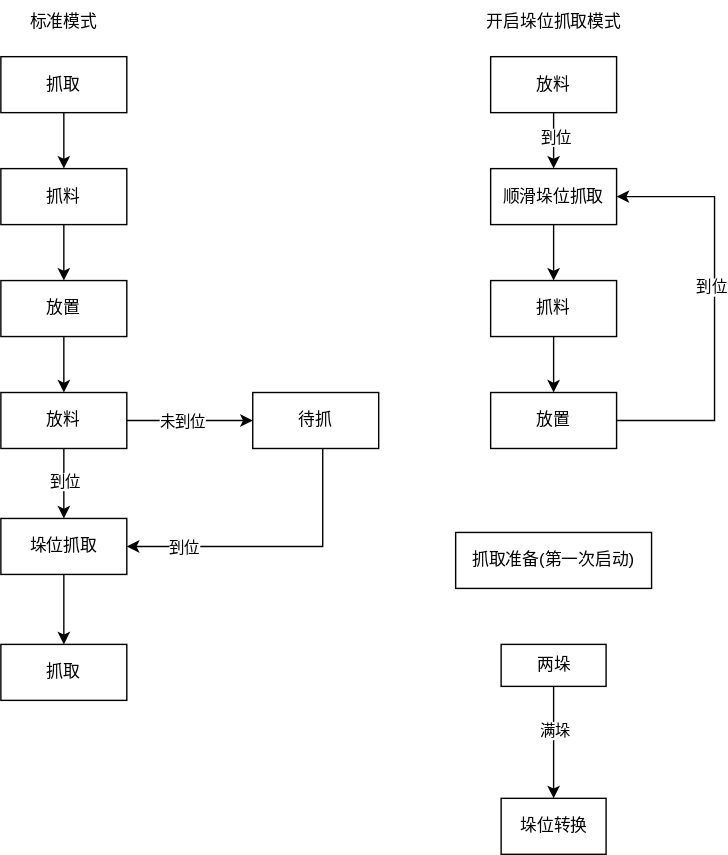
Before: drawio/易码流程图.svg, a diagram exported from draw.io (Stolorzs/Picgo). Source tidied: cells renumbered, new cells last; positions are measured from the earlier drawing's top-left corner, leaving out a move shared by most shapes. Source of this version:
```xml
<mxGraphModel>
  <root>
    <mxCell id="0" />
    <mxCell id="1" parent="0" />
    <mxCell id="2" style="edgeStyle=orthogonalEdgeStyle;rounded=0;jettySize=auto;html=1;" parent="1" edge="1" source="3" target="8">
      <mxGeometry relative="1" as="geometry" />
    </mxCell>
    <mxCell id="3" value="抓取" style="rounded=0;whiteSpace=wrap;html=1;" parent="1" vertex="1">
      <mxGeometry y="40" width="90" height="40" as="geometry" />
    </mxCell>
    <mxCell id="4" style="edgeStyle=orthogonalEdgeStyle;rounded=0;jettySize=auto;html=1;" parent="1" edge="1" source="5" target="13">
      <mxGeometry relative="1" as="geometry" />
    </mxCell>
    <mxCell id="5" value="放置" style="rounded=0;whiteSpace=wrap;html=1;" parent="1" vertex="1">
      <mxGeometry y="200" width="90" height="40" as="geometry" />
    </mxCell>
    <mxCell id="6" value="标准模式" style="text;html=1;align=center;verticalAlign=middle;whiteSpace=wrap;rounded=0;" parent="1" vertex="1">
      <mxGeometry x="15" width="60" height="30" as="geometry" />
    </mxCell>
    <mxCell id="7" style="edgeStyle=orthogonalEdgeStyle;rounded=0;jettySize=auto;html=1;entryX=0.5;entryY=0;entryDx=0;entryDy=0;" parent="1" edge="1" source="8" target="5">
      <mxGeometry relative="1" as="geometry" />
    </mxCell>
    <mxCell id="8" value="抓料" style="rounded=0;whiteSpace=wrap;html=1;" parent="1" vertex="1">
      <mxGeometry y="120" width="90" height="40" as="geometry" />
    </mxCell>
    <mxCell id="9" style="edgeStyle=orthogonalEdgeStyle;rounded=0;jettySize=auto;html=1;entryX=0.5;entryY=0;entryDx=0;entryDy=0;" parent="1" edge="1" source="13" target="15">
      <mxGeometry relative="1" as="geometry" />
    </mxCell>
    <mxCell id="10" value="到位" style="edgeLabel;html=1;align=center;verticalAlign=middle;" parent="9" vertex="1">
      <mxGeometry x="-0.09" y="-9" relative="1" as="geometry">
        <mxPoint x="9" as="offset" />
      </mxGeometry>
    </mxCell>
    <mxCell id="11" style="edgeStyle=orthogonalEdgeStyle;rounded=0;jettySize=auto;html=1;" parent="1" edge="1" source="13" target="18">
      <mxGeometry relative="1" as="geometry" />
    </mxCell>
    <mxCell id="12" value="未到位" style="edgeLabel;html=1;align=center;verticalAlign=middle;" parent="11" vertex="1">
      <mxGeometry x="0.28" y="-5" relative="1" as="geometry">
        <mxPoint x="-18" y="-5" as="offset" />
      </mxGeometry>
    </mxCell>
    <mxCell id="13" value="放料" style="rounded=0;whiteSpace=wrap;html=1;" parent="1" vertex="1">
      <mxGeometry y="280" width="90" height="40" as="geometry" />
    </mxCell>
    <mxCell id="14" style="edgeStyle=orthogonalEdgeStyle;rounded=0;jettySize=auto;html=1;entryX=0.5;entryY=0;entryDx=0;entryDy=0;" parent="1" edge="1" source="15" target="19">
      <mxGeometry relative="1" as="geometry" />
    </mxCell>
    <mxCell id="15" value="垛位抓取" style="rounded=0;whiteSpace=wrap;html=1;" parent="1" vertex="1">
      <mxGeometry y="370" width="90" height="40" as="geometry" />
    </mxCell>
    <mxCell id="16" style="edgeStyle=orthogonalEdgeStyle;rounded=0;jettySize=auto;html=1;entryX=1;entryY=0.5;entryDx=0;entryDy=0;" parent="1" edge="1" source="18" target="15">
      <mxGeometry relative="1" as="geometry">
        <Array as="points">
          <mxPoint x="230" y="390" />
        </Array>
      </mxGeometry>
    </mxCell>
    <mxCell id="17" value="到位" style="edgeLabel;html=1;align=center;verticalAlign=middle;" parent="16" vertex="1">
      <mxGeometry x="0.02" y="4" relative="1" as="geometry">
        <mxPoint x="-63" y="-4" as="offset" />
      </mxGeometry>
    </mxCell>
    <mxCell id="18" value="待抓" style="rounded=0;whiteSpace=wrap;html=1;" parent="1" vertex="1">
      <mxGeometry x="180" y="280" width="90" height="40" as="geometry" />
    </mxCell>
    <mxCell id="19" value="抓取" style="rounded=0;whiteSpace=wrap;html=1;" parent="1" vertex="1">
      <mxGeometry y="460" width="90" height="40" as="geometry" />
    </mxCell>
    <mxCell id="20" style="edgeStyle=orthogonalEdgeStyle;rounded=0;jettySize=auto;html=1;" parent="1" edge="1" source="22" target="24">
      <mxGeometry relative="1" as="geometry" />
    </mxCell>
    <mxCell id="21" value="到位" style="edgeLabel;html=1;align=center;verticalAlign=middle;" parent="20" vertex="1">
      <mxGeometry x="-0.11" y="1" relative="1" as="geometry" />
    </mxCell>
    <mxCell id="22" value="放料" style="rounded=0;whiteSpace=wrap;html=1;" parent="1" vertex="1">
      <mxGeometry x="350" y="40" width="90" height="40" as="geometry" />
    </mxCell>
    <mxCell id="23" style="edgeStyle=orthogonalEdgeStyle;rounded=0;jettySize=auto;html=1;" parent="1" edge="1" source="24" target="26">
      <mxGeometry relative="1" as="geometry" />
    </mxCell>
    <mxCell id="24" value="顺滑垛位抓取" style="rounded=0;whiteSpace=wrap;html=1;" parent="1" vertex="1">
      <mxGeometry x="350" y="120" width="90" height="40" as="geometry" />
    </mxCell>
    <mxCell id="25" style="edgeStyle=orthogonalEdgeStyle;rounded=0;jettySize=auto;html=1;" parent="1" edge="1" source="26" target="29">
      <mxGeometry relative="1" as="geometry" />
    </mxCell>
    <mxCell id="26" value="抓料" style="rounded=0;whiteSpace=wrap;html=1;" parent="1" vertex="1">
      <mxGeometry x="350" y="200" width="90" height="40" as="geometry" />
    </mxCell>
    <mxCell id="27" style="edgeStyle=orthogonalEdgeStyle;rounded=0;jettySize=auto;html=1;entryX=1;entryY=0.5;entryDx=0;entryDy=0;" parent="1" edge="1" source="29" target="24">
      <mxGeometry relative="1" as="geometry">
        <Array as="points">
          <mxPoint x="510" y="300" />
          <mxPoint x="510" y="140" />
        </Array>
      </mxGeometry>
    </mxCell>
    <mxCell id="28" value="到位" style="edgeLabel;html=1;align=center;verticalAlign=middle;" parent="27" vertex="1">
      <mxGeometry x="0.1" y="3" relative="1" as="geometry" />
    </mxCell>
    <mxCell id="29" value="放置" style="rounded=0;whiteSpace=wrap;html=1;" parent="1" vertex="1">
      <mxGeometry x="350" y="280" width="90" height="40" as="geometry" />
    </mxCell>
    <mxCell id="30" value="开启垛位抓取模式" style="text;html=1;align=center;verticalAlign=middle;whiteSpace=wrap;rounded=0;" parent="1" vertex="1">
      <mxGeometry x="342.5" width="105" height="30" as="geometry" />
    </mxCell>
    <mxCell id="31" value="抓取准备(第一次启动)" style="rounded=0;whiteSpace=wrap;html=1;" parent="1" vertex="1">
      <mxGeometry x="325" y="380" width="140" height="40" as="geometry" />
    </mxCell>
    <mxCell id="32" style="edgeStyle=orthogonalEdgeStyle;rounded=0;jettySize=auto;html=1;entryX=0.5;entryY=0;entryDx=0;entryDy=0;" parent="1" edge="1" source="34" target="35">
      <mxGeometry relative="1" as="geometry" />
    </mxCell>
    <mxCell id="33" value="满垛" style="edgeLabel;html=1;align=center;verticalAlign=middle;" parent="32" vertex="1">
      <mxGeometry x="-0.21" relative="1" as="geometry" />
    </mxCell>
    <mxCell id="34" value="两垛" style="rounded=0;whiteSpace=wrap;html=1;" parent="1" vertex="1">
      <mxGeometry x="357.5" y="460" width="75" height="30" as="geometry" />
    </mxCell>
    <mxCell id="35" value="垛位转换" style="rounded=0;whiteSpace=wrap;html=1;" parent="1" vertex="1">
      <mxGeometry x="357.5" y="570" width="75" height="40" as="geometry" />
    </mxCell>
    <mxCell id="36" style="edgeStyle=orthogonalEdgeStyle;rounded=0;orthogonalLoop=1;jettySize=auto;html=1;exitX=0.5;exitY=1;exitDx=0;exitDy=0;" parent="1" edge="1" source="34" target="34">
      <mxGeometry relative="1" as="geometry" />
    </mxCell>
  </root>
</mxGraphModel>
```
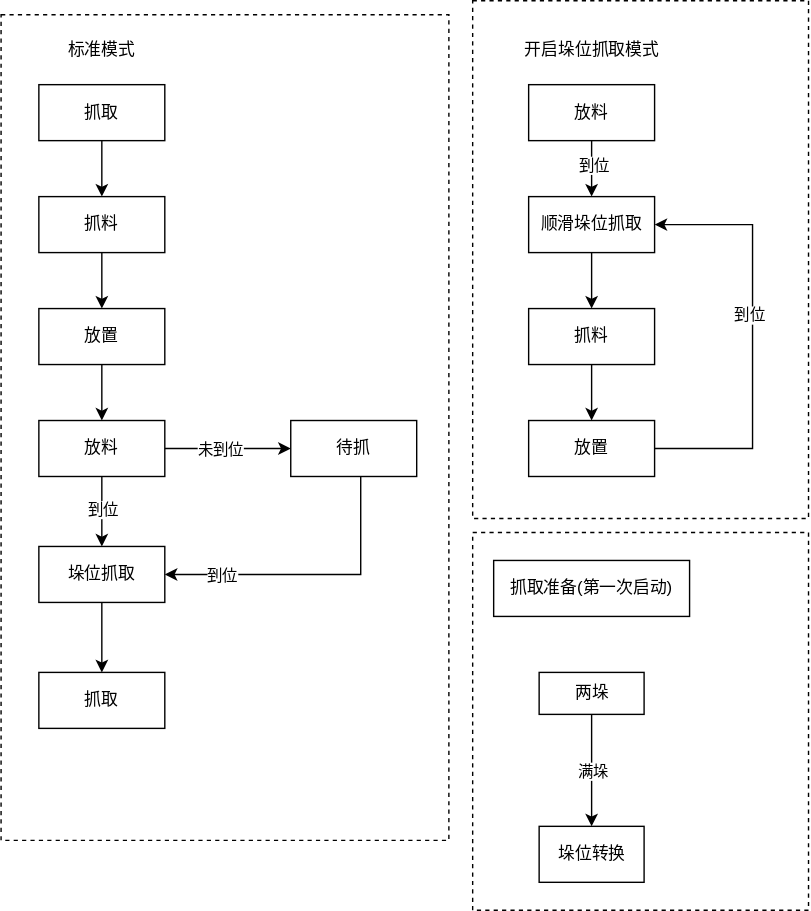
The same diagram one commit later.

Commit message:
更新易码流程图.svg

Diff of the diagram source:
```diff
@@ -87,6 +87,9 @@
     <mxCell id="26" value="抓料" style="rounded=0;whiteSpace=wrap;html=1;" parent="1" vertex="1">
       <mxGeometry x="350" y="200" width="90" height="40" as="geometry" />
     </mxCell>
+    <mxCell id="29" value="放置" style="rounded=0;whiteSpace=wrap;html=1;" parent="1" vertex="1">
+      <mxGeometry x="350" y="280" width="90" height="40" as="geometry" />
+    </mxCell>
     <mxCell id="27" style="edgeStyle=orthogonalEdgeStyle;rounded=0;jettySize=auto;html=1;entryX=1;entryY=0.5;entryDx=0;entryDy=0;" parent="1" edge="1" source="29" target="24">
       <mxGeometry relative="1" as="geometry">
         <Array as="points">
@@ -98,9 +101,6 @@
     <mxCell id="28" value="到位" style="edgeLabel;html=1;align=center;verticalAlign=middle;" parent="27" vertex="1">
       <mxGeometry x="0.1" y="3" relative="1" as="geometry" />
     </mxCell>
-    <mxCell id="29" value="放置" style="rounded=0;whiteSpace=wrap;html=1;" parent="1" vertex="1">
-      <mxGeometry x="350" y="280" width="90" height="40" as="geometry" />
-    </mxCell>
     <mxCell id="30" value="开启垛位抓取模式" style="text;html=1;align=center;verticalAlign=middle;whiteSpace=wrap;rounded=0;" parent="1" vertex="1">
       <mxGeometry x="342.5" width="105" height="30" as="geometry" />
     </mxCell>
@@ -111,7 +111,9 @@
       <mxGeometry relative="1" as="geometry" />
     </mxCell>
     <mxCell id="33" value="满垛" style="edgeLabel;html=1;align=center;verticalAlign=middle;" parent="32" vertex="1">
-      <mxGeometry x="-0.21" relative="1" as="geometry" />
+      <mxGeometry x="-0.21" relative="1" as="geometry">
+        <mxPoint y="9" as="offset" />
+      </mxGeometry>
     </mxCell>
     <mxCell id="34" value="两垛" style="rounded=0;whiteSpace=wrap;html=1;" parent="1" vertex="1">
       <mxGeometry x="357.5" y="460" width="75" height="30" as="geometry" />
@@ -122,5 +124,14 @@
     <mxCell id="36" style="edgeStyle=orthogonalEdgeStyle;rounded=0;orthogonalLoop=1;jettySize=auto;html=1;exitX=0.5;exitY=1;exitDx=0;exitDy=0;" parent="1" edge="1" source="34" target="34">
       <mxGeometry relative="1" as="geometry" />
     </mxCell>
+    <mxCell id="37" style="rounded=0;whiteSpace=wrap;html=1;fillColor=none;dashed=1;" parent="1" vertex="1">
+      <mxGeometry x="-27" y="-10" width="320" height="590" as="geometry" />
+    </mxCell>
+    <mxCell id="38" style="rounded=0;whiteSpace=wrap;html=1;fillColor=none;dashed=1;" parent="1" vertex="1">
+      <mxGeometry x="310" y="360" width="240" height="270" as="geometry" />
+    </mxCell>
+    <mxCell id="39" style="rounded=0;whiteSpace=wrap;html=1;fillColor=none;dashed=1;" parent="1" vertex="1">
+      <mxGeometry x="310" y="-20" width="240" height="370" as="geometry" />
+    </mxCell>
   </root>
 </mxGraphModel>
```
